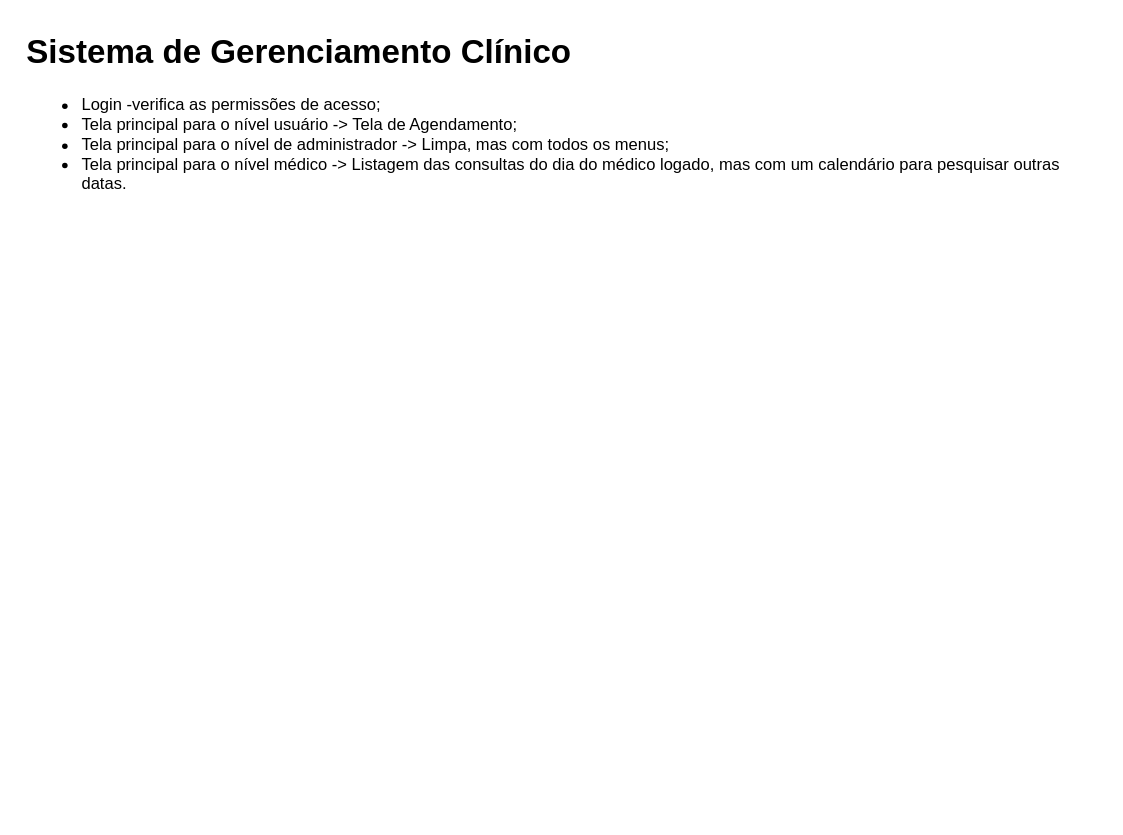
The draw.io diagram Gerenciamento Clínico.drawio in carlosefcandido/diagramas, before the edit. Source tidied: cells renumbered, new cells numbered last; positions are measured from the earlier drawing's top-left corner, leaving out a move shared by most shapes. Both pictures are drawn from the tidied source at 138%, with x=0, y=0 at pixel (23, 23).
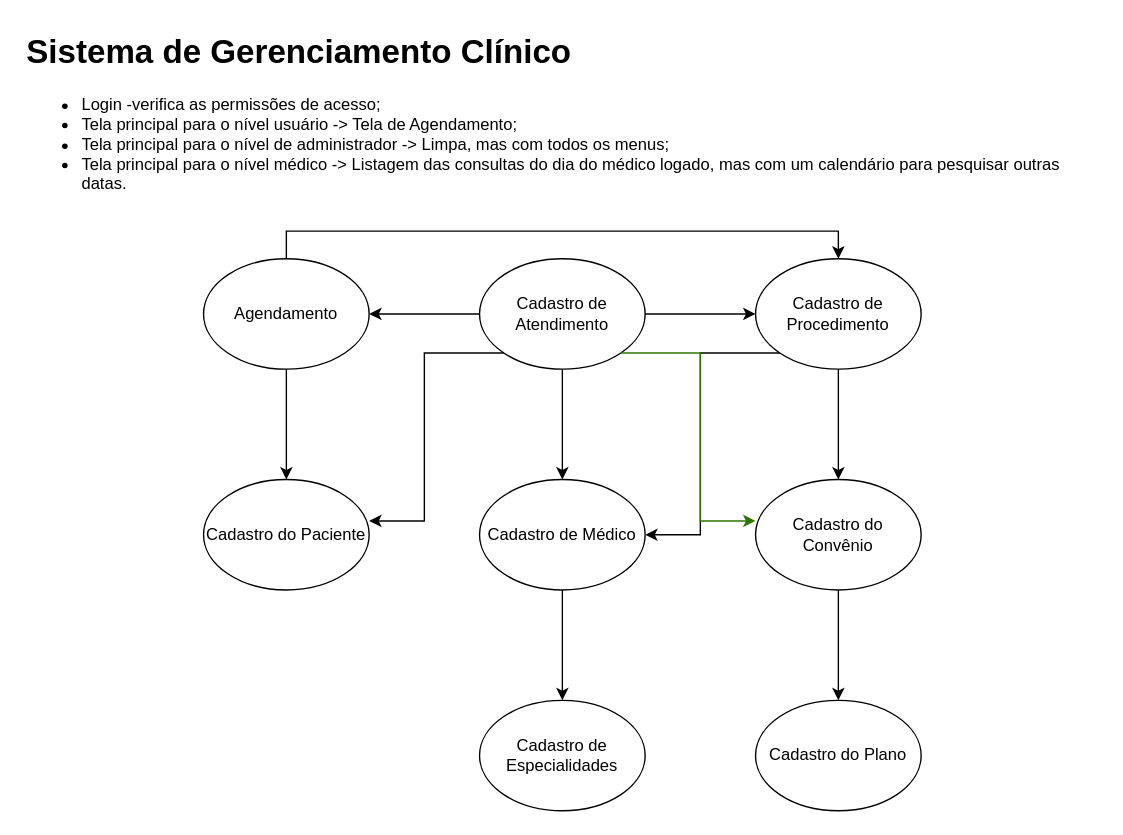
The same page after the edit.

The edit, as a diff of the source:
```diff
@@
+    <mxCell id="3" style="edgeStyle=orthogonalEdgeStyle;rounded=0;jettySize=auto;html=1;" parent="1" edge="1" source="6" target="9">
+      <mxGeometry relative="1" as="geometry" />
+    </mxCell>
+    <mxCell id="4" style="edgeStyle=orthogonalEdgeStyle;rounded=0;jettySize=auto;html=1;" parent="1" edge="1" source="6" target="11">
+      <mxGeometry relative="1" as="geometry" />
+    </mxCell>
+    <mxCell id="5" style="edgeStyle=orthogonalEdgeStyle;rounded=0;jettySize=auto;html=1;" parent="1" edge="1" source="6" target="18">
+      <mxGeometry relative="1" as="geometry" />
+    </mxCell>
+    <mxCell id="6" value="Cadastro de Atendimento" style="ellipse;whiteSpace=wrap;html=1;" parent="1" vertex="1">
+      <mxGeometry x="330" y="170" width="120" height="80" as="geometry" />
+    </mxCell>
+    <mxCell id="7" style="edgeStyle=orthogonalEdgeStyle;rounded=0;jettySize=auto;html=1;" parent="1" edge="1" source="9" target="14">
+      <mxGeometry relative="1" as="geometry" />
+    </mxCell>
+    <mxCell id="8" style="edgeStyle=orthogonalEdgeStyle;rounded=0;jettySize=auto;html=1;exitX=0;exitY=1;exitDx=0;exitDy=0;entryX=1;entryY=0.5;entryDx=0;entryDy=0;" parent="1" edge="1" source="9" target="11">
+      <mxGeometry relative="1" as="geometry" />
+    </mxCell>
+    <mxCell id="9" value="Cadastro de Procedimento" style="ellipse;whiteSpace=wrap;html=1;" parent="1" vertex="1">
+      <mxGeometry x="530" y="170" width="120" height="80" as="geometry" />
+    </mxCell>
+    <mxCell id="10" style="edgeStyle=orthogonalEdgeStyle;rounded=0;jettySize=auto;html=1;" parent="1" edge="1" source="11" target="12">
+      <mxGeometry relative="1" as="geometry" />
+    </mxCell>
+    <mxCell id="11" value="Cadastro de Médico" style="ellipse;whiteSpace=wrap;html=1;" parent="1" vertex="1">
+      <mxGeometry x="330" y="330" width="120" height="80" as="geometry" />
+    </mxCell>
+    <mxCell id="12" value="Cadastro de Especialidades" style="ellipse;whiteSpace=wrap;html=1;" parent="1" vertex="1">
+      <mxGeometry x="330" y="490" width="120" height="80" as="geometry" />
+    </mxCell>
+    <mxCell id="13" style="edgeStyle=orthogonalEdgeStyle;rounded=0;jettySize=auto;html=1;" parent="1" edge="1" source="14" target="15">
+      <mxGeometry relative="1" as="geometry" />
+    </mxCell>
+    <mxCell id="14" value="Cadastro do Convênio" style="ellipse;whiteSpace=wrap;html=1;" parent="1" vertex="1">
+      <mxGeometry x="530" y="330" width="120" height="80" as="geometry" />
+    </mxCell>
+    <mxCell id="15" value="Cadastro do Plano" style="ellipse;whiteSpace=wrap;html=1;" parent="1" vertex="1">
+      <mxGeometry x="530" y="490" width="120" height="80" as="geometry" />
+    </mxCell>
+    <mxCell id="16" style="edgeStyle=orthogonalEdgeStyle;rounded=0;jettySize=auto;html=1;" parent="1" edge="1" source="18" target="19">
+      <mxGeometry relative="1" as="geometry" />
+    </mxCell>
+    <mxCell id="17" style="edgeStyle=orthogonalEdgeStyle;rounded=0;jettySize=auto;html=1;exitX=0.5;exitY=0;exitDx=0;exitDy=0;entryX=0.5;entryY=0;entryDx=0;entryDy=0;" parent="1" edge="1" source="18" target="9">
+      <mxGeometry relative="1" as="geometry" />
+    </mxCell>
+    <mxCell id="18" value="Agendamento" style="ellipse;whiteSpace=wrap;html=1;" parent="1" vertex="1">
+      <mxGeometry x="130" y="170" width="120" height="80" as="geometry" />
+    </mxCell>
+    <mxCell id="19" value="Cadastro do Paciente" style="ellipse;whiteSpace=wrap;html=1;" parent="1" vertex="1">
+      <mxGeometry x="130" y="330" width="120" height="80" as="geometry" />
+    </mxCell>
+    <mxCell id="20" style="edgeStyle=orthogonalEdgeStyle;rounded=0;jettySize=auto;html=1;exitX=0;exitY=1;exitDx=0;exitDy=0;entryX=1;entryY=0.375;entryDx=0;entryDy=0;entryPerimeter=0;" parent="1" edge="1" source="6" target="19">
+      <mxGeometry relative="1" as="geometry" />
+    </mxCell>
+    <mxCell id="21" style="edgeStyle=orthogonalEdgeStyle;rounded=0;jettySize=auto;html=1;exitX=1;exitY=1;exitDx=0;exitDy=0;entryX=0;entryY=0.375;entryDx=0;entryDy=0;entryPerimeter=0;fillColor=#60a917;strokeColor=#2D7600;" parent="1" edge="1" source="6" target="14">
+      <mxGeometry relative="1" as="geometry" />
+    </mxCell>
```
